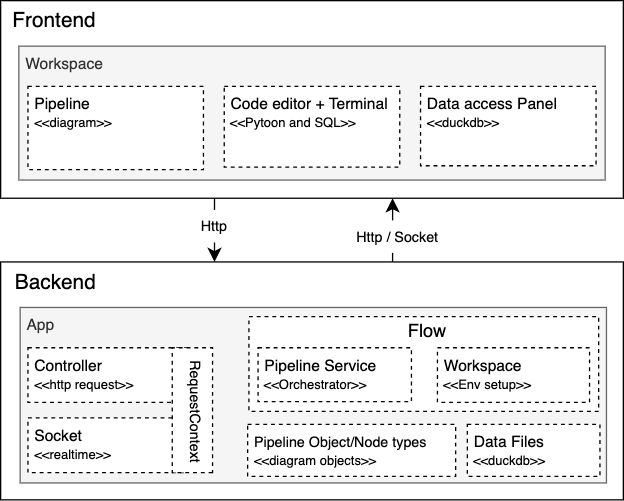
The draw.io diagram assets/architecture.png in nbernardo/dlt-client, before a commit. Source tidied: cells renumbered, new cells last; positions are measured from the earlier drawing's top-left corner, leaving out a move shared by most shapes. Source of this version:
```xml
<mxGraphModel>
  <root>
    <mxCell id="0" />
    <mxCell id="1" parent="0" />
    <mxCell id="2" style="edgeStyle=none;curved=1;rounded=0;orthogonalLoop=1;jettySize=auto;html=1;entryX=0.5;entryY=0;entryDx=0;entryDy=0;fontSize=12;startSize=8;endSize=8;" parent="1" edge="1">
      <mxGeometry relative="1" as="geometry">
        <mxPoint x="301.5" y="201" as="sourcePoint" />
        <mxPoint x="301.5" y="152" as="targetPoint" />
      </mxGeometry>
    </mxCell>
    <mxCell id="3" value="v" style="rounded=0;whiteSpace=wrap;html=1;" parent="1" vertex="1">
      <mxGeometry width="479" height="152" as="geometry" />
    </mxCell>
    <mxCell id="4" value="Frontend" style="text;html=1;align=center;verticalAlign=middle;strokeColor=none;fillColor=none;fontSize=16;" parent="1" vertex="1">
      <mxGeometry width="82" height="31" as="geometry" />
    </mxCell>
    <mxCell id="5" value="&amp;nbsp;Workspace" style="rounded=0;whiteSpace=wrap;html=1;verticalAlign=top;align=left;fillColor=#f5f5f5;fontColor=#333333;strokeColor=#666666;" parent="1" vertex="1">
      <mxGeometry x="14" y="35" width="451" height="103" as="geometry" />
    </mxCell>
    <mxCell id="6" value="&amp;nbsp;Pipeline&lt;div&gt;&amp;nbsp;&lt;font style=&quot;font-size: 10px;&quot;&gt;&amp;lt;&amp;lt;diagram&amp;gt;&amp;gt;&lt;/font&gt;&lt;/div&gt;" style="rounded=0;whiteSpace=wrap;html=1;verticalAlign=top;align=left;dashed=1;" parent="1" vertex="1">
      <mxGeometry x="21" y="66" width="135" height="64" as="geometry" />
    </mxCell>
    <mxCell id="7" value="&amp;nbsp;Code editor + Terminal&lt;div&gt;&lt;span style=&quot;font-size: 10px;&quot;&gt;&amp;nbsp;&amp;lt;&amp;lt;Pytoon and SQL&amp;gt;&amp;gt;&lt;/span&gt;&lt;/div&gt;" style="rounded=0;whiteSpace=wrap;html=1;verticalAlign=top;align=left;dashed=1;" parent="1" vertex="1">
      <mxGeometry x="172" y="66" width="135" height="62" as="geometry" />
    </mxCell>
    <mxCell id="8" value="&amp;nbsp;Data access Panel&lt;div&gt;&amp;nbsp;&lt;span style=&quot;font-size: 10px; background-color: transparent; color: light-dark(rgb(0, 0, 0), rgb(255, 255, 255));&quot;&gt;&amp;lt;&amp;lt;duckdb&amp;gt;&amp;gt;&lt;/span&gt;&lt;/div&gt;" style="rounded=0;whiteSpace=wrap;html=1;verticalAlign=top;align=left;dashed=1;" parent="1" vertex="1">
      <mxGeometry x="323" y="66" width="135" height="61" as="geometry" />
    </mxCell>
    <mxCell id="9" value="v" style="rounded=0;whiteSpace=wrap;html=1;" parent="1" vertex="1">
      <mxGeometry y="201" width="479" height="183" as="geometry" />
    </mxCell>
    <mxCell id="10" value="Backend" style="text;html=1;align=center;verticalAlign=middle;strokeColor=none;fillColor=none;fontSize=16;" parent="1" vertex="1">
      <mxGeometry x="2" y="201" width="80" height="31" as="geometry" />
    </mxCell>
    <mxCell id="11" value="&amp;nbsp;App" style="rounded=0;whiteSpace=wrap;html=1;verticalAlign=top;align=left;fillColor=#f5f5f5;fontColor=#333333;strokeColor=#666666;" parent="1" vertex="1">
      <mxGeometry x="15" y="236" width="451" height="135" as="geometry" />
    </mxCell>
    <mxCell id="12" value="&amp;nbsp;Controller&lt;div&gt;&amp;nbsp;&lt;font style=&quot;font-size: 10px;&quot;&gt;&amp;lt;&amp;lt;http request&amp;gt;&amp;gt;&lt;/font&gt;&lt;/div&gt;" style="rounded=0;whiteSpace=wrap;html=1;verticalAlign=top;align=left;dashed=1;" parent="1" vertex="1">
      <mxGeometry x="21" y="267" width="124" height="42" as="geometry" />
    </mxCell>
    <mxCell id="13" style="rounded=0;whiteSpace=wrap;html=1;verticalAlign=top;align=left;dashed=1;" parent="1" vertex="1">
      <mxGeometry x="191" y="243" width="269" height="73" as="geometry" />
    </mxCell>
    <mxCell id="14" value="&amp;nbsp;&lt;font style=&quot;font-size: 11px;&quot;&gt;Pipeline Object/Node types&lt;/font&gt;&lt;div&gt;&amp;nbsp;&lt;span style=&quot;font-size: 10px; background-color: transparent; color: light-dark(rgb(0, 0, 0), rgb(255, 255, 255));&quot;&gt;&amp;lt;&amp;lt;diagram objects&amp;gt;&amp;gt;&lt;/span&gt;&lt;/div&gt;" style="rounded=0;whiteSpace=wrap;html=1;verticalAlign=top;align=left;dashed=1;" parent="1" vertex="1">
      <mxGeometry x="190" y="326" width="160" height="40" as="geometry" />
    </mxCell>
    <mxCell id="15" value="&amp;nbsp;Socket&lt;div&gt;&amp;nbsp;&lt;font style=&quot;font-size: 10px;&quot;&gt;&amp;lt;&amp;lt;realtime&amp;gt;&amp;gt;&lt;/font&gt;&lt;/div&gt;" style="rounded=0;whiteSpace=wrap;html=1;verticalAlign=top;align=left;dashed=1;" parent="1" vertex="1">
      <mxGeometry x="21" y="321" width="123" height="42" as="geometry" />
    </mxCell>
    <mxCell id="16" value="&amp;nbsp;RequestContext" style="rounded=0;whiteSpace=wrap;html=1;verticalAlign=top;align=center;dashed=1;horizontal=0;rotation=-180;fontSize=11;" parent="1" vertex="1">
      <mxGeometry x="132" y="267" width="31" height="96" as="geometry" />
    </mxCell>
    <mxCell id="17" value="&amp;nbsp;Data Files&lt;div&gt;&lt;span style=&quot;font-size: 10px;&quot;&gt;&amp;nbsp;&amp;lt;&amp;lt;duckdb&amp;gt;&amp;gt;&lt;/span&gt;&lt;/div&gt;" style="rounded=0;whiteSpace=wrap;html=1;verticalAlign=top;align=left;dashed=1;" parent="1" vertex="1">
      <mxGeometry x="359" y="326" width="102" height="40" as="geometry" />
    </mxCell>
    <mxCell id="18" value="&amp;nbsp;Pipeline Service&lt;div&gt;&lt;span style=&quot;font-size: 10px;&quot;&gt;&amp;nbsp;&amp;lt;&amp;lt;Orchestrator&amp;gt;&amp;gt;&lt;/span&gt;&lt;/div&gt;" style="rounded=0;whiteSpace=wrap;html=1;verticalAlign=top;align=left;dashed=1;" parent="1" vertex="1">
      <mxGeometry x="198" y="267" width="118" height="41.5" as="geometry" />
    </mxCell>
    <mxCell id="19" value="&amp;nbsp;Workspace&lt;div&gt;&lt;span style=&quot;font-size: 10px;&quot;&gt;&amp;nbsp;&amp;lt;&amp;lt;Env setup&amp;gt;&amp;gt;&lt;/span&gt;&lt;/div&gt;" style="rounded=0;whiteSpace=wrap;html=1;verticalAlign=top;align=left;dashed=1;" parent="1" vertex="1">
      <mxGeometry x="336" y="267" width="117" height="42" as="geometry" />
    </mxCell>
    <mxCell id="20" value="Flow" style="text;html=1;align=center;verticalAlign=middle;strokeColor=none;fillColor=none;fontSize=14;" parent="1" vertex="1">
      <mxGeometry x="303.5" y="239" width="48" height="29" as="geometry" />
    </mxCell>
    <mxCell id="21" style="edgeStyle=none;curved=1;rounded=0;orthogonalLoop=1;jettySize=auto;html=1;entryX=0.5;entryY=0;entryDx=0;entryDy=0;fontSize=12;startSize=8;endSize=8;" parent="1" edge="1">
      <mxGeometry relative="1" as="geometry">
        <mxPoint x="164.5" y="152" as="sourcePoint" />
        <mxPoint x="164.5" y="201" as="targetPoint" />
      </mxGeometry>
    </mxCell>
    <mxCell id="22" value="Http" style="text;html=1;align=center;verticalAlign=middle;fontSize=11;fillColor=default;" parent="1" vertex="1">
      <mxGeometry x="145" y="161" width="38" height="25" as="geometry" />
    </mxCell>
    <mxCell id="23" value="Http / Socket" style="text;html=1;align=center;verticalAlign=middle;fontSize=11;fillColor=default;" parent="1" vertex="1">
      <mxGeometry x="264" y="169" width="81" height="25" as="geometry" />
    </mxCell>
  </root>
</mxGraphModel>
```
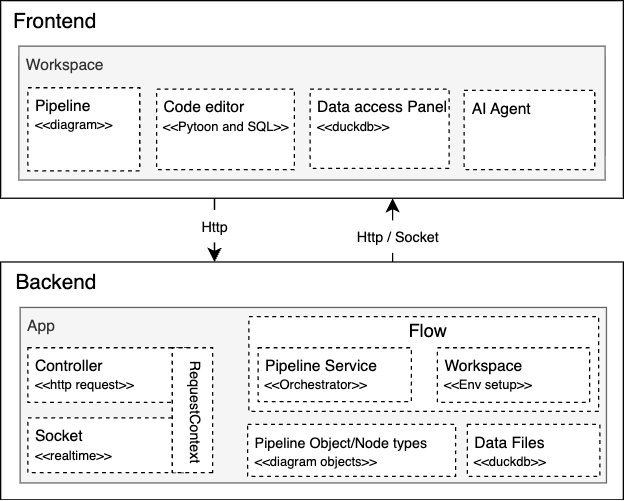
After the change.

The edit, as a diff of the source:
```diff
@@ -18,13 +18,13 @@
       <mxGeometry x="14" y="35" width="451" height="103" as="geometry" />
     </mxCell>
     <mxCell id="6" value="&amp;nbsp;Pipeline&lt;div&gt;&amp;nbsp;&lt;font style=&quot;font-size: 10px;&quot;&gt;&amp;lt;&amp;lt;diagram&amp;gt;&amp;gt;&lt;/font&gt;&lt;/div&gt;" style="rounded=0;whiteSpace=wrap;html=1;verticalAlign=top;align=left;dashed=1;" parent="1" vertex="1">
-      <mxGeometry x="21" y="66" width="135" height="64" as="geometry" />
+      <mxGeometry x="21" y="67" width="86" height="64" as="geometry" />
     </mxCell>
-    <mxCell id="7" value="&amp;nbsp;Code editor + Terminal&lt;div&gt;&lt;span style=&quot;font-size: 10px;&quot;&gt;&amp;nbsp;&amp;lt;&amp;lt;Pytoon and SQL&amp;gt;&amp;gt;&lt;/span&gt;&lt;/div&gt;" style="rounded=0;whiteSpace=wrap;html=1;verticalAlign=top;align=left;dashed=1;" parent="1" vertex="1">
-      <mxGeometry x="172" y="66" width="135" height="62" as="geometry" />
+    <mxCell id="7" value="&amp;nbsp;Code editor&lt;div&gt;&lt;span style=&quot;font-size: 10px;&quot;&gt;&amp;nbsp;&amp;lt;&amp;lt;Pytoon and SQL&amp;gt;&amp;gt;&lt;/span&gt;&lt;/div&gt;" style="rounded=0;whiteSpace=wrap;html=1;verticalAlign=top;align=left;dashed=1;" parent="1" vertex="1">
+      <mxGeometry x="120" y="68" width="106" height="62" as="geometry" />
     </mxCell>
     <mxCell id="8" value="&amp;nbsp;Data access Panel&lt;div&gt;&amp;nbsp;&lt;span style=&quot;font-size: 10px; background-color: transparent; color: light-dark(rgb(0, 0, 0), rgb(255, 255, 255));&quot;&gt;&amp;lt;&amp;lt;duckdb&amp;gt;&amp;gt;&lt;/span&gt;&lt;/div&gt;" style="rounded=0;whiteSpace=wrap;html=1;verticalAlign=top;align=left;dashed=1;" parent="1" vertex="1">
-      <mxGeometry x="323" y="66" width="135" height="61" as="geometry" />
+      <mxGeometry x="238" y="68" width="107" height="61" as="geometry" />
     </mxCell>
     <mxCell id="9" value="v" style="rounded=0;whiteSpace=wrap;html=1;" parent="1" vertex="1">
       <mxGeometry y="201" width="479" height="183" as="geometry" />
@@ -74,5 +74,8 @@
     <mxCell id="23" value="Http / Socket" style="text;html=1;align=center;verticalAlign=middle;fontSize=11;fillColor=default;" parent="1" vertex="1">
       <mxGeometry x="264" y="169" width="81" height="25" as="geometry" />
     </mxCell>
+    <mxCell id="24" value="&amp;nbsp;AI Agent&lt;div&gt;&lt;br&gt;&lt;/div&gt;" style="rounded=0;whiteSpace=wrap;html=1;verticalAlign=top;align=left;dashed=1;" parent="1" vertex="1">
+      <mxGeometry x="356.5" y="69" width="100.5" height="61" as="geometry" />
+    </mxCell>
   </root>
 </mxGraphModel>
```
